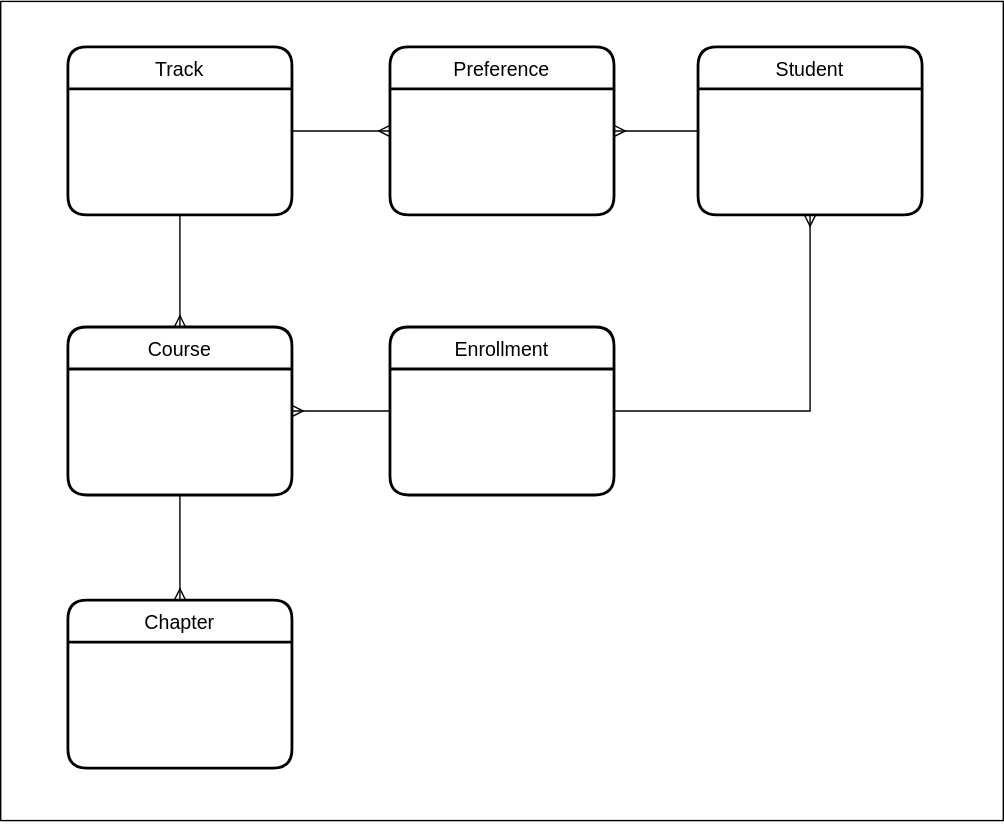
This is design/erd.svg from gary-alway/sir-learn-a-lot, a draw.io export, as it was before one commit. Source tidied: cells renumbered, new cells last; positions are measured from the earlier drawing's top-left corner, leaving out a move shared by most shapes.
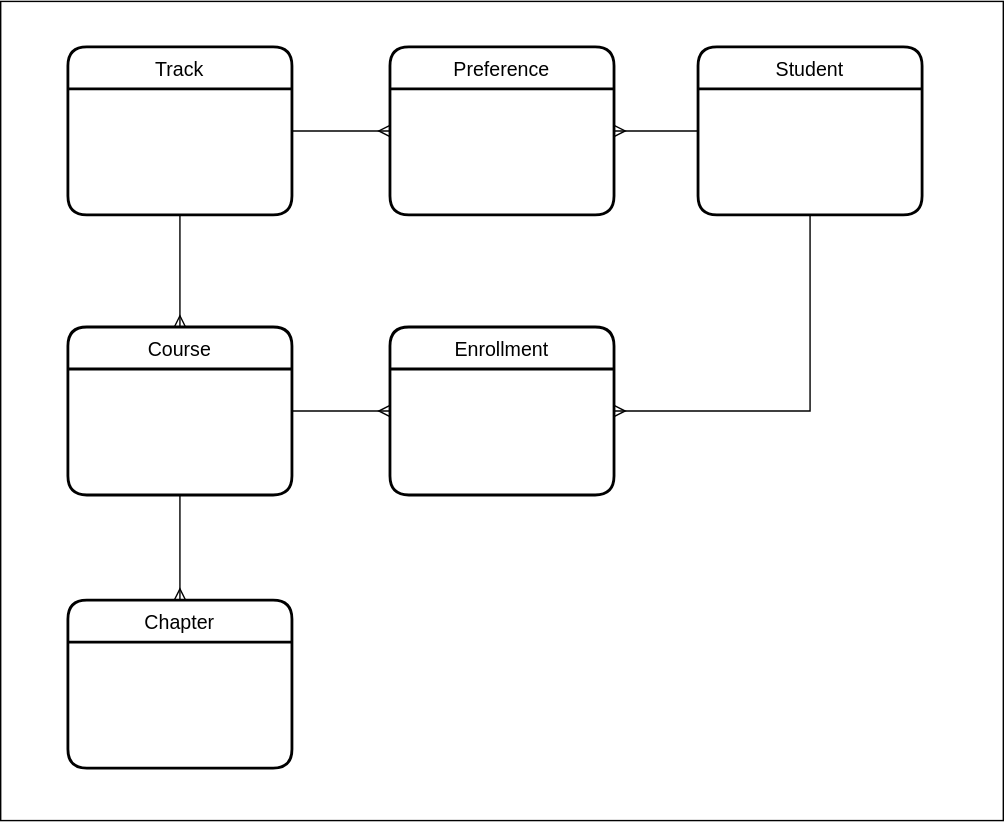
The same file after the commit.

Diff of the diagram source:
```diff
@@ -14,7 +14,7 @@
     <mxCell id="5" style="edgeStyle=orthogonalEdgeStyle;rounded=0;jettySize=auto;html=1;exitX=0.5;exitY=1;exitDx=0;exitDy=0;entryX=0.5;entryY=0;entryDx=0;entryDy=0;startArrow=none;startFill=0;endArrow=ERmany;endFill=0;strokeColor=#000000;" parent="1" edge="1" source="7" target="8">
       <mxGeometry relative="1" as="geometry" />
     </mxCell>
-    <mxCell id="6" style="edgeStyle=orthogonalEdgeStyle;rounded=0;jettySize=auto;html=1;exitX=1;exitY=0.5;exitDx=0;exitDy=0;entryX=0;entryY=0.5;entryDx=0;entryDy=0;startArrow=ERmany;startFill=0;endArrow=none;endFill=0;strokeColor=#000000;" parent="1" edge="1" source="7" target="11">
+    <mxCell id="6" style="edgeStyle=orthogonalEdgeStyle;rounded=0;jettySize=auto;html=1;exitX=1;exitY=0.5;exitDx=0;exitDy=0;entryX=0;entryY=0.5;entryDx=0;entryDy=0;startArrow=none;startFill=0;endArrow=ERmany;endFill=0;strokeColor=#000000;" parent="1" edge="1" source="7" target="11">
       <mxGeometry relative="1" as="geometry" />
     </mxCell>
     <mxCell id="7" value="Course" style="swimlane;horizontal=1;startSize=30;rounded=1;fontSize=14;fontStyle=0;strokeWidth=2;shadow=0;dashed=0;align=center;strokeColor=#000000;" parent="1" vertex="1">
@@ -26,7 +26,7 @@
     <mxCell id="9" value="Student" style="swimlane;horizontal=1;startSize=30;rounded=1;fontSize=14;fontStyle=0;strokeWidth=2;shadow=0;dashed=0;align=center;strokeColor=#000000;" parent="1" vertex="1">
       <mxGeometry x="498" y="32" width="160" height="120" as="geometry" />
     </mxCell>
-    <mxCell id="10" style="edgeStyle=orthogonalEdgeStyle;rounded=0;jettySize=auto;html=1;entryX=0.5;entryY=1;entryDx=0;entryDy=0;startArrow=none;startFill=0;endArrow=ERmany;endFill=0;strokeColor=#000000;" parent="1" edge="1" source="11" target="9">
+    <mxCell id="10" style="edgeStyle=orthogonalEdgeStyle;rounded=0;jettySize=auto;html=1;entryX=0.5;entryY=1;entryDx=0;entryDy=0;startArrow=ERmany;startFill=0;endArrow=none;endFill=0;strokeColor=#000000;" parent="1" edge="1" source="11" target="9">
       <mxGeometry relative="1" as="geometry" />
     </mxCell>
     <mxCell id="11" value="Enrollment" style="swimlane;horizontal=1;startSize=30;rounded=1;fontSize=14;fontStyle=0;strokeWidth=2;shadow=0;dashed=0;align=center;strokeColor=#000000;" parent="1" vertex="1">
```
